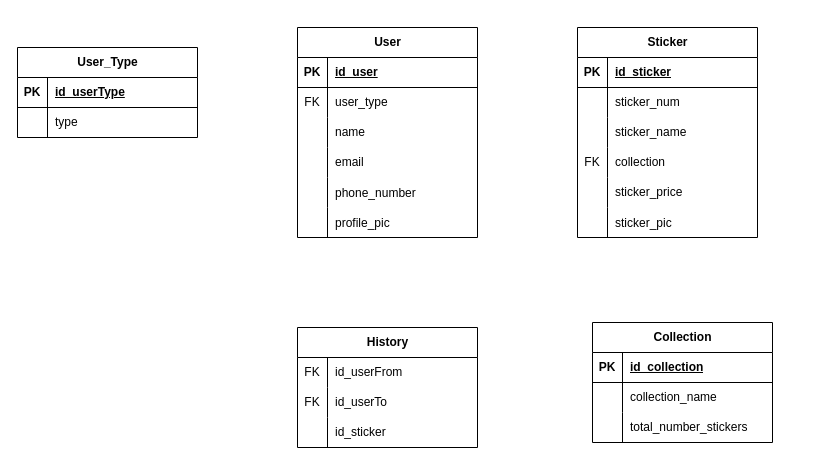
Before: ModeloRelacional.drawio in FranciscoPPimenta/TW, a draw.io diagram. Source tidied: cells renumbered, new cells numbered last; positions are measured from the earlier drawing's top-left corner, leaving out a move shared by most shapes. Both pictures are drawn from the tidied source at 100%, with x=0, y=0 at pixel (17, 27).
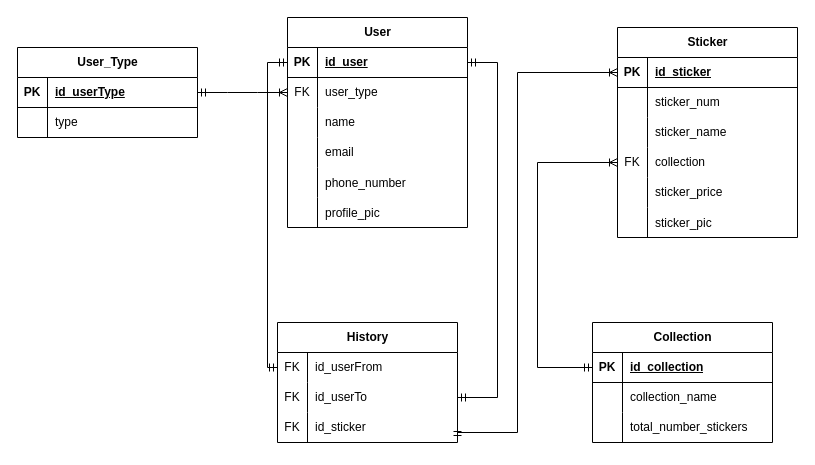
Above is the later version.

The change refers to these unchanged cells:
```xml
<mxCell id="3" style="shape=tableRow;horizontal=0;startSize=0;swimlaneHead=0;swimlaneBody=0;fillColor=none;points=[[0,0.5],[1,0.5]];portConstraint=eastwest;top=0;left=0;right=0;bottom=1;" parent="2" vertex="1">
  <mxGeometry y="30" width="180" height="30" as="geometry" />
</mxCell>
<mxCell id="6" style="shape=tableRow;horizontal=0;startSize=0;swimlaneHead=0;swimlaneBody=0;fillColor=none;points=[[0,0.5],[1,0.5]];portConstraint=eastwest;top=0;left=0;right=0;bottom=0;" parent="2" vertex="1">
  <mxGeometry y="60" width="180" height="30" as="geometry" />
</mxCell>
<mxCell id="22" style="shape=tableRow;horizontal=0;startSize=0;swimlaneHead=0;swimlaneBody=0;fillColor=none;points=[[0,0.5],[1,0.5]];portConstraint=eastwest;top=0;left=0;right=0;bottom=1;" parent="21" vertex="1">
  <mxGeometry y="30" width="180" height="30" as="geometry" />
</mxCell>
<mxCell id="29" style="shape=tableRow;horizontal=0;startSize=0;swimlaneHead=0;swimlaneBody=0;fillColor=none;points=[[0,0.5],[1,0.5]];portConstraint=eastwest;top=0;left=0;right=0;bottom=1;" parent="28" vertex="1">
  <mxGeometry y="30" width="180" height="30" as="geometry" />
</mxCell>
<mxCell id="38" style="shape=tableRow;horizontal=0;startSize=0;swimlaneHead=0;swimlaneBody=0;fillColor=none;points=[[0,0.5],[1,0.5]];portConstraint=eastwest;top=0;left=0;right=0;bottom=0;" parent="28" vertex="1">
  <mxGeometry y="120" width="180" height="30" as="geometry" />
</mxCell>
<mxCell id="48" style="shape=tableRow;horizontal=0;startSize=0;swimlaneHead=0;swimlaneBody=0;fillColor=none;points=[[0,0.5],[1,0.5]];portConstraint=eastwest;top=0;left=0;right=0;bottom=0;" parent="47" vertex="1">
  <mxGeometry y="30" width="180" height="30" as="geometry" />
</mxCell>
<mxCell id="51" style="shape=tableRow;horizontal=0;startSize=0;swimlaneHead=0;swimlaneBody=0;fillColor=none;points=[[0,0.5],[1,0.5]];portConstraint=eastwest;top=0;left=0;right=0;bottom=0;" parent="47" vertex="1">
  <mxGeometry y="60" width="180" height="30" as="geometry" />
</mxCell>
<mxCell id="54" style="shape=tableRow;horizontal=0;startSize=0;swimlaneHead=0;swimlaneBody=0;fillColor=none;points=[[0,0.5],[1,0.5]];portConstraint=eastwest;top=0;left=0;right=0;bottom=0;" parent="47" vertex="1">
  <mxGeometry y="90" width="180" height="30" as="geometry" />
</mxCell>
<mxCell id="58" style="shape=tableRow;horizontal=0;startSize=0;swimlaneHead=0;swimlaneBody=0;fillColor=none;points=[[0,0.5],[1,0.5]];portConstraint=eastwest;top=0;left=0;right=0;bottom=1;" parent="57" vertex="1">
  <mxGeometry y="30" width="180" height="30" as="geometry" />
</mxCell>
```

The edit, as a diff of the source:
```diff
@@
     <mxCell id="2" value="User" style="shape=table;startSize=30;childLayout=tableLayout;rowLines=0;fontStyle=1;align=center;html=1;" parent="1" vertex="1">
-      <mxGeometry x="280" width="180" height="210" as="geometry" />
+      <mxGeometry x="270" y="-10" width="180" height="210" as="geometry" />
     </mxCell>
@@
     <mxCell id="28" value="Sticker" style="shape=table;startSize=30;childLayout=tableLayout;rowLines=0;fontStyle=1;align=center;html=1;" parent="1" vertex="1">
-      <mxGeometry x="560" width="180" height="210" as="geometry" />
+      <mxGeometry x="600" width="180" height="210" as="geometry" />
     </mxCell>
@@
     <mxCell id="47" value="History" style="shape=table;startSize=30;childLayout=tableLayout;rowLines=0;fontStyle=1;align=center;html=1;" parent="1" vertex="1">
-      <mxGeometry x="280" y="300" width="180" height="120" as="geometry" />
+      <mxGeometry x="260" y="295" width="180" height="120" as="geometry" />
     </mxCell>
@@
-    <mxCell id="55" style="shape=partialRectangle;fillColor=none;top=0;left=0;bottom=0;right=0;overflow=hidden;whiteSpace=wrap;html=1;" parent="54" vertex="1">
-      <mxGeometry width="30" height="30" as="geometry" />
-    </mxCell>
+    <mxCell id="67" value="FK" style="shape=partialRectangle;fillColor=none;top=0;left=0;bottom=0;right=0;fontStyle=0;overflow=hidden;whiteSpace=wrap;html=1;" parent="54" vertex="1">
+      <mxGeometry width="30" height="30" as="geometry" />
+    </mxCell>
-    <mxCell id="56" value="id_sticker" style="shape=partialRectangle;fillColor=none;top=0;left=0;bottom=0;right=0;align=left;spacingLeft=6;overflow=hidden;whiteSpace=wrap;html=1;" parent="54" vertex="1">
+    <mxCell id="56" value="id_sticker" style="shape=partialRectangle;fillColor=none;top=0;left=0;bottom=0;right=0;align=left;spacingLeft=6;fontStyle=0;overflow=hidden;whiteSpace=wrap;html=1;" parent="54" vertex="1">
       <mxGeometry x="30" width="150" height="30" as="geometry" />
     </mxCell>
@@
+    <mxCell id="68" style="edgeStyle=entityRelationEdgeStyle;fontSize=12;html=1;endArrow=ERoneToMany;startArrow=ERmandOne;rounded=0;exitX=1;exitY=0.5;exitDx=0;exitDy=0;entryX=0;entryY=0.5;entryDx=0;entryDy=0;" parent="1" edge="1" source="22" target="6">
+      <mxGeometry relative="1" as="geometry" />
+    </mxCell>
+    <mxCell id="69" style="edgeStyle=orthogonalEdgeStyle;fontSize=12;html=1;endArrow=ERoneToMany;startArrow=ERmandOne;rounded=0;exitX=0;exitY=0.5;exitDx=0;exitDy=0;entryX=0;entryY=0.5;entryDx=0;entryDy=0;" parent="1" edge="1" source="58" target="38">
+      <mxGeometry relative="1" as="geometry">
+        <Array as="points">
+          <mxPoint x="520" y="340" />
+          <mxPoint x="520" y="135" />
+        </Array>
+      </mxGeometry>
+    </mxCell>
+    <mxCell id="70" style="edgeStyle=orthogonalEdgeStyle;fontSize=12;html=1;endArrow=ERoneToMany;startArrow=ERmandOne;rounded=0;entryX=0;entryY=0.5;entryDx=0;entryDy=0;exitX=1;exitY=0.5;exitDx=0;exitDy=0;" parent="1" edge="1" source="54" target="29">
+      <mxGeometry relative="1" as="geometry">
+        <Array as="points">
+          <mxPoint x="440" y="405" />
+          <mxPoint x="500" y="405" />
+          <mxPoint x="500" y="45" />
+        </Array>
+      </mxGeometry>
+    </mxCell>
+    <mxCell id="71" style="edgeStyle=orthogonalEdgeStyle;fontSize=12;html=1;endArrow=ERmandOne;startArrow=ERmandOne;rounded=0;entryX=0;entryY=0.5;entryDx=0;entryDy=0;exitX=0;exitY=0.5;exitDx=0;exitDy=0;" parent="1" edge="1" source="3" target="48">
+      <mxGeometry relative="1" as="geometry" />
+    </mxCell>
+    <mxCell id="72" style="edgeStyle=orthogonalEdgeStyle;fontSize=12;html=1;endArrow=ERmandOne;startArrow=ERmandOne;rounded=0;entryX=1;entryY=0.5;entryDx=0;entryDy=0;exitX=1;exitY=0.5;exitDx=0;exitDy=0;" parent="1" edge="1" source="3" target="51">
+      <mxGeometry relative="1" as="geometry">
+        <Array as="points">
+          <mxPoint x="480" y="35" />
+          <mxPoint x="480" y="370" />
+        </Array>
+      </mxGeometry>
+    </mxCell>
```
